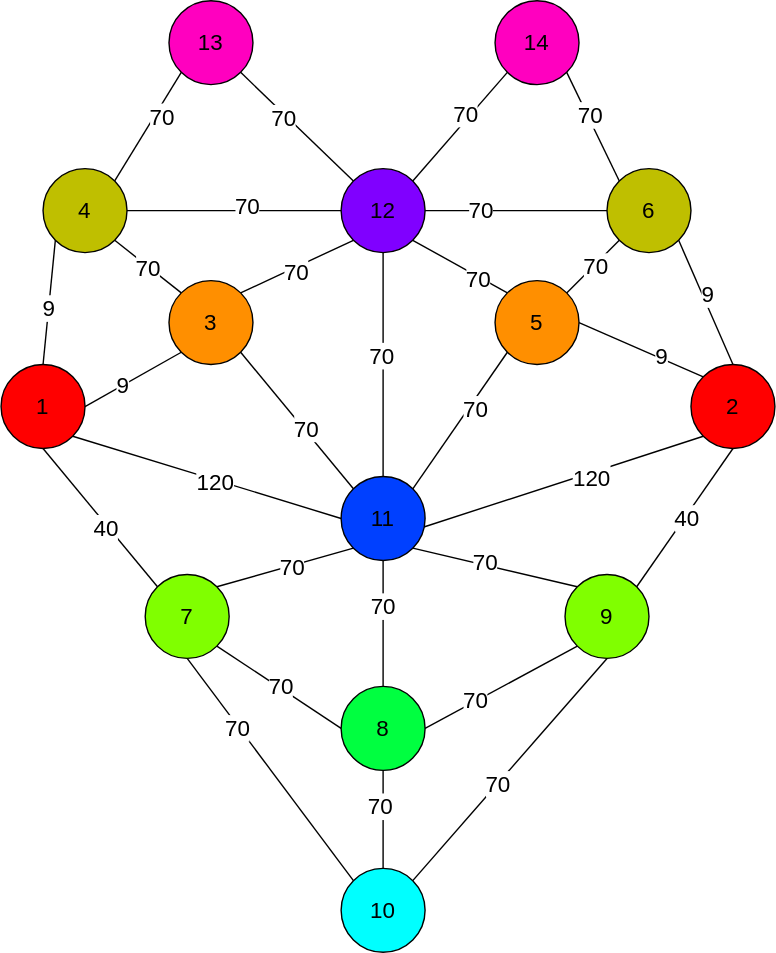
Above: site/public/mask.drawio.svg in sukolenvo/h5_template (draw.io), before the change. Source tidied: cells renumbered, new cells last; positions are measured from the earlier drawing's top-left corner, leaving out a move shared by most shapes.
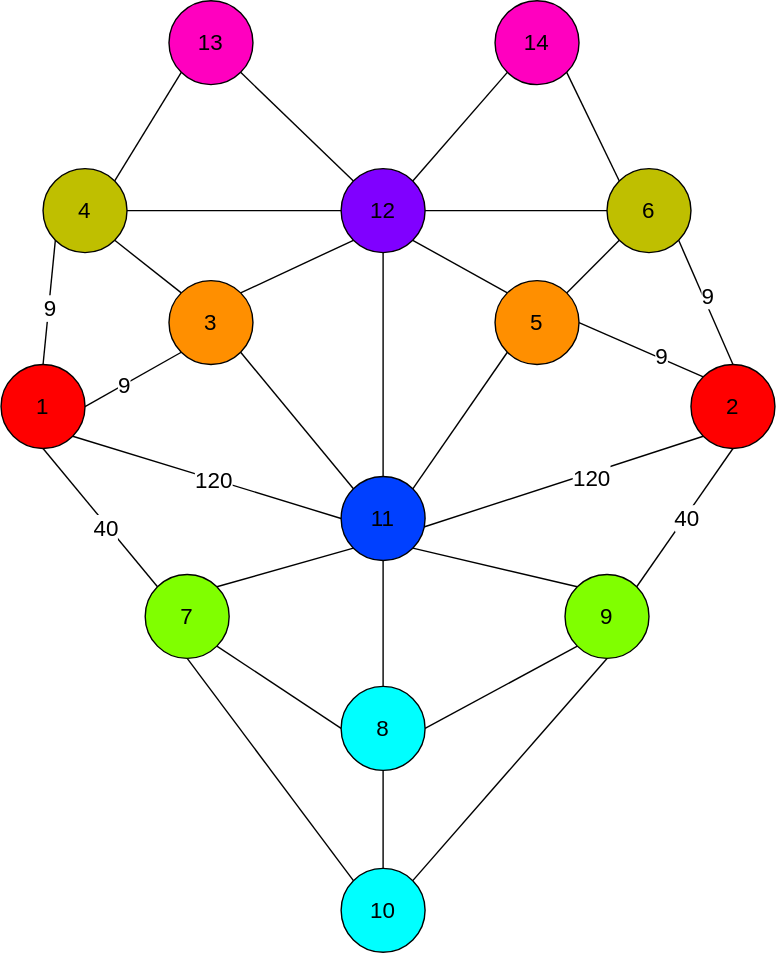
The same file after the commit.

Commit message:
eye narrative for mask; fixes to mast template

Change to the diagram source:
```diff
@@ -53,51 +53,30 @@
     <mxCell id="18" style="edgeStyle=none;rounded=0;jettySize=auto;html=1;exitX=1;exitY=0;exitDx=0;exitDy=0;entryX=0;entryY=1;entryDx=0;entryDy=0;strokeColor=default;align=center;verticalAlign=middle;fontFamily=Helvetica;fontSize=16;fontColor=default;labelBackgroundColor=default;endArrow=none;endFill=0;" parent="1" edge="1" source="20" target="50">
       <mxGeometry relative="1" as="geometry" />
     </mxCell>
-    <mxCell id="19" value="70" style="edgeLabel;html=1;align=center;verticalAlign=middle;fontFamily=Helvetica;fontSize=16;fontColor=default;labelBackgroundColor=default;" parent="18" vertex="1">
-      <mxGeometry x="0.24" y="-4" relative="1" as="geometry" />
-    </mxCell>
     <mxCell id="20" value="4" style="ellipse;whiteSpace=wrap;html=1;fillColor=#bfbf00;fontSize=16;" parent="1" vertex="1">
       <mxGeometry x="30" y="120" width="60" height="60" as="geometry" />
     </mxCell>
     <mxCell id="21" style="edgeStyle=none;rounded=0;jettySize=auto;html=1;exitX=1;exitY=1;exitDx=0;exitDy=0;entryX=0;entryY=0;entryDx=0;entryDy=0;strokeColor=default;align=center;verticalAlign=middle;fontFamily=Helvetica;fontSize=16;fontColor=default;labelBackgroundColor=default;endArrow=none;endFill=0;" parent="1" edge="1" source="27" target="49">
       <mxGeometry relative="1" as="geometry" />
     </mxCell>
-    <mxCell id="22" value="70" style="edgeLabel;html=1;align=center;verticalAlign=middle;fontFamily=Helvetica;fontSize=16;fontColor=default;labelBackgroundColor=default;" parent="21" vertex="1">
-      <mxGeometry x="0.12" y="1" relative="1" as="geometry" />
-    </mxCell>
     <mxCell id="23" style="edgeStyle=none;rounded=0;jettySize=auto;html=1;exitX=1;exitY=0;exitDx=0;exitDy=0;entryX=0;entryY=1;entryDx=0;entryDy=0;strokeColor=default;align=center;verticalAlign=middle;fontFamily=Helvetica;fontSize=16;fontColor=default;labelBackgroundColor=default;endArrow=none;endFill=0;" parent="1" edge="1" source="27" target="44">
       <mxGeometry relative="1" as="geometry" />
     </mxCell>
-    <mxCell id="24" value="70" style="edgeLabel;html=1;align=center;verticalAlign=middle;fontFamily=Helvetica;fontSize=16;fontColor=default;labelBackgroundColor=default;" parent="23" vertex="1">
-      <mxGeometry x="-0.05" y="-3" relative="1" as="geometry" />
-    </mxCell>
     <mxCell id="25" style="edgeStyle=none;rounded=0;jettySize=auto;html=1;exitX=0;exitY=0;exitDx=0;exitDy=0;entryX=1;entryY=1;entryDx=0;entryDy=0;strokeColor=default;align=center;verticalAlign=middle;fontFamily=Helvetica;fontSize=16;fontColor=default;labelBackgroundColor=default;endArrow=none;endFill=0;" parent="1" edge="1" source="27" target="20">
       <mxGeometry relative="1" as="geometry" />
     </mxCell>
-    <mxCell id="26" value="70" style="edgeLabel;html=1;align=center;verticalAlign=middle;fontFamily=Helvetica;fontSize=16;fontColor=default;labelBackgroundColor=default;" parent="25" vertex="1">
-      <mxGeometry x="-0.01" y="1" relative="1" as="geometry" />
-    </mxCell>
     <mxCell id="27" value="3" style="ellipse;whiteSpace=wrap;html=1;fillColor=#ff8f00;fontSize=16;" parent="1" vertex="1">
       <mxGeometry x="120" y="200" width="60" height="60" as="geometry" />
     </mxCell>
     <mxCell id="28" style="edgeStyle=none;rounded=0;jettySize=auto;html=1;exitX=0;exitY=1;exitDx=0;exitDy=0;entryX=1;entryY=0;entryDx=0;entryDy=0;strokeColor=default;align=center;verticalAlign=middle;fontFamily=Helvetica;fontSize=16;fontColor=default;labelBackgroundColor=default;endArrow=none;endFill=0;" parent="1" edge="1" source="34" target="49">
       <mxGeometry relative="1" as="geometry" />
     </mxCell>
-    <mxCell id="29" value="70" style="edgeLabel;html=1;align=center;verticalAlign=middle;fontFamily=Helvetica;fontSize=16;fontColor=default;labelBackgroundColor=default;" parent="28" vertex="1">
-      <mxGeometry x="-0.23" y="4" relative="1" as="geometry" />
-    </mxCell>
     <mxCell id="30" style="edgeStyle=none;rounded=0;jettySize=auto;html=1;exitX=1;exitY=0;exitDx=0;exitDy=0;entryX=0;entryY=1;entryDx=0;entryDy=0;strokeColor=default;align=center;verticalAlign=middle;fontFamily=Helvetica;fontSize=16;fontColor=default;labelBackgroundColor=default;endArrow=none;endFill=0;" parent="1" edge="1" source="34" target="35">
       <mxGeometry relative="1" as="geometry" />
     </mxCell>
-    <mxCell id="31" value="70" style="edgeLabel;html=1;align=center;verticalAlign=middle;fontFamily=Helvetica;fontSize=16;fontColor=default;labelBackgroundColor=default;" parent="30" vertex="1">
-      <mxGeometry x="0.07" y="-1" relative="1" as="geometry" />
-    </mxCell>
     <mxCell id="32" style="edgeStyle=none;rounded=0;jettySize=auto;html=1;exitX=0;exitY=0;exitDx=0;exitDy=0;entryX=1;entryY=1;entryDx=0;entryDy=0;strokeColor=default;align=center;verticalAlign=middle;fontFamily=Helvetica;fontSize=16;fontColor=default;labelBackgroundColor=default;endArrow=none;endFill=0;" parent="1" edge="1" source="34" target="44">
       <mxGeometry relative="1" as="geometry" />
     </mxCell>
-    <mxCell id="33" value="70" style="edgeLabel;html=1;align=center;verticalAlign=middle;fontFamily=Helvetica;fontSize=16;fontColor=default;labelBackgroundColor=default;" parent="32" vertex="1">
-      <mxGeometry x="-0.4" y="1" relative="1" as="geometry" />
-    </mxCell>
     <mxCell id="34" value="5" style="ellipse;whiteSpace=wrap;html=1;fillColor=#ff8f00;fontSize=16;" parent="1" vertex="1">
       <mxGeometry x="353" y="200" width="60" height="60" as="geometry" />
     </mxCell>
@@ -107,42 +86,24 @@
     <mxCell id="36" style="edgeStyle=none;rounded=0;jettySize=auto;html=1;exitX=0;exitY=0.5;exitDx=0;exitDy=0;entryX=1;entryY=0.5;entryDx=0;entryDy=0;strokeColor=default;align=center;verticalAlign=middle;fontFamily=Helvetica;fontSize=16;fontColor=default;labelBackgroundColor=default;endArrow=none;endFill=0;" parent="1" edge="1" source="44" target="20">
       <mxGeometry relative="1" as="geometry" />
     </mxCell>
-    <mxCell id="37" value="70" style="edgeLabel;html=1;align=center;verticalAlign=middle;fontFamily=Helvetica;fontSize=16;fontColor=default;labelBackgroundColor=default;" parent="36" vertex="1">
-      <mxGeometry x="-0.11" y="-3" relative="1" as="geometry" />
-    </mxCell>
     <mxCell id="38" style="edgeStyle=none;rounded=0;jettySize=auto;html=1;exitX=1;exitY=0.5;exitDx=0;exitDy=0;entryX=0;entryY=0.5;entryDx=0;entryDy=0;strokeColor=default;align=center;verticalAlign=middle;fontFamily=Helvetica;fontSize=16;fontColor=default;labelBackgroundColor=default;endArrow=none;endFill=0;" parent="1" edge="1" source="44" target="35">
       <mxGeometry relative="1" as="geometry" />
     </mxCell>
-    <mxCell id="39" value="70" style="edgeLabel;html=1;align=center;verticalAlign=middle;fontFamily=Helvetica;fontSize=16;fontColor=default;labelBackgroundColor=default;" parent="38" vertex="1">
-      <mxGeometry x="-0.39" relative="1" as="geometry" />
-    </mxCell>
     <mxCell id="40" style="edgeStyle=none;rounded=0;jettySize=auto;html=1;exitX=0;exitY=0;exitDx=0;exitDy=0;entryX=1;entryY=1;entryDx=0;entryDy=0;strokeColor=default;align=center;verticalAlign=middle;fontFamily=Helvetica;fontSize=16;fontColor=default;labelBackgroundColor=default;endArrow=none;endFill=0;" parent="1" edge="1" source="44" target="50">
       <mxGeometry relative="1" as="geometry" />
     </mxCell>
-    <mxCell id="41" value="70" style="edgeLabel;html=1;align=center;verticalAlign=middle;fontFamily=Helvetica;fontSize=16;fontColor=default;labelBackgroundColor=default;" parent="40" vertex="1">
-      <mxGeometry x="0.2" y="2" relative="1" as="geometry" />
-    </mxCell>
     <mxCell id="42" style="edgeStyle=none;rounded=0;jettySize=auto;html=1;exitX=1;exitY=0;exitDx=0;exitDy=0;entryX=0;entryY=1;entryDx=0;entryDy=0;strokeColor=default;align=center;verticalAlign=middle;fontFamily=Helvetica;fontSize=16;fontColor=default;labelBackgroundColor=default;endArrow=none;endFill=0;" parent="1" edge="1" source="44" target="53">
       <mxGeometry relative="1" as="geometry" />
     </mxCell>
-    <mxCell id="43" value="70" style="edgeLabel;html=1;align=center;verticalAlign=middle;fontFamily=Helvetica;fontSize=16;fontColor=default;labelBackgroundColor=default;" parent="42" vertex="1">
-      <mxGeometry x="0.18" y="3" relative="1" as="geometry" />
-    </mxCell>
     <mxCell id="44" value="12" style="ellipse;whiteSpace=wrap;html=1;fillColor=#8000ff;fontSize=16;" parent="1" vertex="1">
       <mxGeometry x="243" y="120" width="60" height="60" as="geometry" />
     </mxCell>
     <mxCell id="45" style="edgeStyle=none;rounded=0;jettySize=auto;html=1;exitX=0.5;exitY=0;exitDx=0;exitDy=0;entryX=0.5;entryY=1;entryDx=0;entryDy=0;strokeColor=default;align=center;verticalAlign=middle;fontFamily=Helvetica;fontSize=16;fontColor=default;labelBackgroundColor=default;endArrow=none;endFill=0;" parent="1" edge="1" source="49" target="44">
       <mxGeometry relative="1" as="geometry" />
     </mxCell>
-    <mxCell id="46" value="70" style="edgeLabel;html=1;align=center;verticalAlign=middle;fontFamily=Helvetica;fontSize=16;fontColor=default;labelBackgroundColor=default;" parent="45" vertex="1">
-      <mxGeometry x="0.08" y="1" relative="1" as="geometry" />
-    </mxCell>
     <mxCell id="47" style="edgeStyle=none;rounded=0;jettySize=auto;html=1;exitX=0.5;exitY=1;exitDx=0;exitDy=0;entryX=0.5;entryY=0;entryDx=0;entryDy=0;strokeColor=default;align=center;verticalAlign=middle;fontFamily=Helvetica;fontSize=16;fontColor=default;labelBackgroundColor=default;endArrow=none;endFill=0;" parent="1" edge="1" source="49" target="63">
       <mxGeometry relative="1" as="geometry" />
     </mxCell>
-    <mxCell id="48" value="70" style="edgeLabel;html=1;align=center;verticalAlign=middle;fontFamily=Helvetica;fontSize=16;fontColor=default;labelBackgroundColor=default;" parent="47" vertex="1">
-      <mxGeometry x="-0.27" relative="1" as="geometry" />
-    </mxCell>
     <mxCell id="49" value="11" style="ellipse;whiteSpace=wrap;html=1;fillColor=#0040ff;fontSize=16;" parent="1" vertex="1">
       <mxGeometry x="243" y="340" width="60" height="60" as="geometry" />
     </mxCell>
@@ -152,63 +113,39 @@
     <mxCell id="51" style="edgeStyle=none;rounded=0;jettySize=auto;html=1;exitX=1;exitY=1;exitDx=0;exitDy=0;entryX=0;entryY=0;entryDx=0;entryDy=0;strokeColor=default;align=center;verticalAlign=middle;fontFamily=Helvetica;fontSize=16;fontColor=default;labelBackgroundColor=default;endArrow=none;endFill=0;" parent="1" edge="1" source="53" target="35">
       <mxGeometry relative="1" as="geometry" />
     </mxCell>
-    <mxCell id="52" value="70" style="edgeLabel;html=1;align=center;verticalAlign=middle;fontFamily=Helvetica;fontSize=16;fontColor=default;labelBackgroundColor=default;" parent="51" vertex="1">
-      <mxGeometry x="-0.2" y="2" relative="1" as="geometry" />
-    </mxCell>
     <mxCell id="53" value="14" style="ellipse;whiteSpace=wrap;html=1;fillColor=#ff00bf;fontSize=16;" parent="1" vertex="1">
       <mxGeometry x="353" width="60" height="60" as="geometry" />
     </mxCell>
     <mxCell id="54" style="edgeStyle=none;rounded=0;jettySize=auto;html=1;exitX=1;exitY=1;exitDx=0;exitDy=0;entryX=0;entryY=0.5;entryDx=0;entryDy=0;strokeColor=default;align=center;verticalAlign=middle;fontFamily=Helvetica;fontSize=16;fontColor=default;labelBackgroundColor=default;endArrow=none;endFill=0;" parent="1" edge="1" source="60" target="63">
       <mxGeometry relative="1" as="geometry" />
     </mxCell>
-    <mxCell id="55" value="70" style="edgeLabel;html=1;align=center;verticalAlign=middle;fontFamily=Helvetica;fontSize=16;fontColor=default;labelBackgroundColor=default;" parent="54" vertex="1">
-      <mxGeometry y="1" relative="1" as="geometry" />
-    </mxCell>
     <mxCell id="56" style="edgeStyle=none;rounded=0;jettySize=auto;html=1;exitX=0.5;exitY=1;exitDx=0;exitDy=0;entryX=0;entryY=0;entryDx=0;entryDy=0;strokeColor=default;align=center;verticalAlign=middle;fontFamily=Helvetica;fontSize=16;fontColor=default;labelBackgroundColor=default;endArrow=none;endFill=0;" parent="1" edge="1" source="60" target="71">
       <mxGeometry relative="1" as="geometry" />
     </mxCell>
-    <mxCell id="57" value="70" style="edgeLabel;html=1;align=center;verticalAlign=middle;fontFamily=Helvetica;fontSize=16;fontColor=default;labelBackgroundColor=default;" parent="56" vertex="1">
-      <mxGeometry x="-0.39" y="-1" relative="1" as="geometry" />
-    </mxCell>
     <mxCell id="58" style="edgeStyle=none;rounded=0;jettySize=auto;html=1;exitX=1;exitY=0;exitDx=0;exitDy=0;entryX=0;entryY=1;entryDx=0;entryDy=0;strokeColor=default;align=center;verticalAlign=middle;fontFamily=Helvetica;fontSize=16;fontColor=default;labelBackgroundColor=default;endArrow=none;endFill=0;" parent="1" edge="1" source="60" target="49">
       <mxGeometry relative="1" as="geometry" />
     </mxCell>
-    <mxCell id="59" value="70" style="edgeLabel;html=1;align=center;verticalAlign=middle;fontFamily=Helvetica;fontSize=16;fontColor=default;labelBackgroundColor=default;" parent="58" vertex="1">
-      <mxGeometry x="0.09" y="-1" relative="1" as="geometry" />
-    </mxCell>
     <mxCell id="60" value="7" style="ellipse;whiteSpace=wrap;html=1;fillColor=#80ff00;fontSize=16;" parent="1" vertex="1">
       <mxGeometry x="103" y="410" width="60" height="60" as="geometry" />
     </mxCell>
     <mxCell id="61" style="edgeStyle=none;rounded=0;jettySize=auto;html=1;exitX=1;exitY=0.5;exitDx=0;exitDy=0;entryX=0;entryY=1;entryDx=0;entryDy=0;strokeColor=default;align=center;verticalAlign=middle;fontFamily=Helvetica;fontSize=16;fontColor=default;labelBackgroundColor=default;endArrow=none;endFill=0;" parent="1" edge="1" source="63" target="66">
       <mxGeometry relative="1" as="geometry" />
     </mxCell>
-    <mxCell id="62" value="70" style="edgeLabel;html=1;align=center;verticalAlign=middle;fontFamily=Helvetica;fontSize=16;fontColor=default;labelBackgroundColor=default;" parent="61" vertex="1">
-      <mxGeometry x="-0.34" y="1" relative="1" as="geometry" />
-    </mxCell>
-    <mxCell id="63" value="8" style="ellipse;whiteSpace=wrap;html=1;fillColor=#00ff40;fontSize=16;" parent="1" vertex="1">
+    <mxCell id="63" value="8" style="ellipse;whiteSpace=wrap;html=1;fillColor=#00FFFF;fontSize=16;" parent="1" vertex="1">
       <mxGeometry x="243" y="490" width="60" height="60" as="geometry" />
     </mxCell>
     <mxCell id="64" style="edgeStyle=none;rounded=0;jettySize=auto;html=1;exitX=0;exitY=0;exitDx=0;exitDy=0;entryX=1;entryY=1;entryDx=0;entryDy=0;strokeColor=default;align=center;verticalAlign=middle;fontFamily=Helvetica;fontSize=16;fontColor=default;labelBackgroundColor=default;endArrow=none;endFill=0;" parent="1" edge="1" source="66" target="49">
       <mxGeometry relative="1" as="geometry" />
     </mxCell>
-    <mxCell id="65" value="70" style="edgeLabel;html=1;align=center;verticalAlign=middle;fontFamily=Helvetica;fontSize=16;fontColor=default;labelBackgroundColor=default;" parent="64" vertex="1">
-      <mxGeometry x="0.13" y="-3" relative="1" as="geometry" />
-    </mxCell>
     <mxCell id="66" value="9" style="ellipse;whiteSpace=wrap;html=1;fillColor=#80ff00;fontSize=16;" parent="1" vertex="1">
       <mxGeometry x="403" y="410" width="60" height="60" as="geometry" />
     </mxCell>
     <mxCell id="67" style="edgeStyle=none;rounded=0;jettySize=auto;html=1;exitX=1;exitY=0;exitDx=0;exitDy=0;entryX=0.5;entryY=1;entryDx=0;entryDy=0;strokeColor=default;align=center;verticalAlign=middle;fontFamily=Helvetica;fontSize=16;fontColor=default;labelBackgroundColor=default;endArrow=none;endFill=0;" parent="1" edge="1" source="71" target="66">
       <mxGeometry relative="1" as="geometry" />
     </mxCell>
-    <mxCell id="68" value="70" style="edgeLabel;html=1;align=center;verticalAlign=middle;fontFamily=Helvetica;fontSize=16;fontColor=default;labelBackgroundColor=default;" parent="67" vertex="1">
-      <mxGeometry x="-0.13" relative="1" as="geometry" />
-    </mxCell>
     <mxCell id="69" style="edgeStyle=none;rounded=0;jettySize=auto;html=1;exitX=0.5;exitY=0;exitDx=0;exitDy=0;entryX=0.5;entryY=1;entryDx=0;entryDy=0;strokeColor=default;align=center;verticalAlign=middle;fontFamily=Helvetica;fontSize=16;fontColor=default;labelBackgroundColor=default;endArrow=none;endFill=0;" parent="1" edge="1" source="71" target="63">
       <mxGeometry relative="1" as="geometry" />
     </mxCell>
-    <mxCell id="70" value="70" style="edgeLabel;html=1;align=center;verticalAlign=middle;fontFamily=Helvetica;fontSize=16;fontColor=default;labelBackgroundColor=default;" parent="69" vertex="1">
-      <mxGeometry x="0.25" y="2" relative="1" as="geometry" />
-    </mxCell>
     <mxCell id="71" value="10" style="ellipse;whiteSpace=wrap;html=1;fillColor=#00ffff;fontSize=16;" parent="1" vertex="1">
       <mxGeometry x="243" y="620" width="60" height="60" as="geometry" />
     </mxCell>
```
